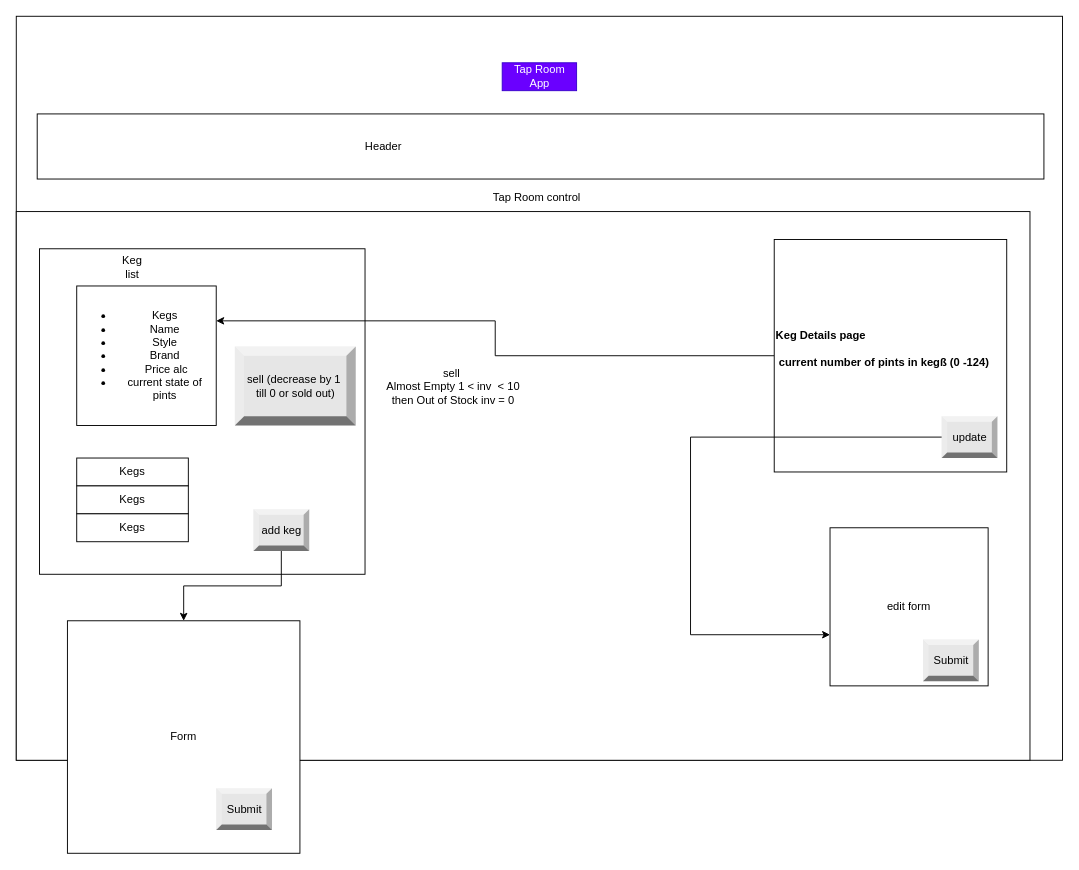
Earlier version of the draw.io diagram TapRoom Diagram.drawio (murphynd/Taproom-with-Redux). Source tidied: cells renumbered, new cells numbered last; positions are measured from the earlier drawing's top-left corner, leaving out a move shared by most shapes. Both pictures are drawn from the tidied source at 93%, with x=0, y=0 at pixel (16, 16).
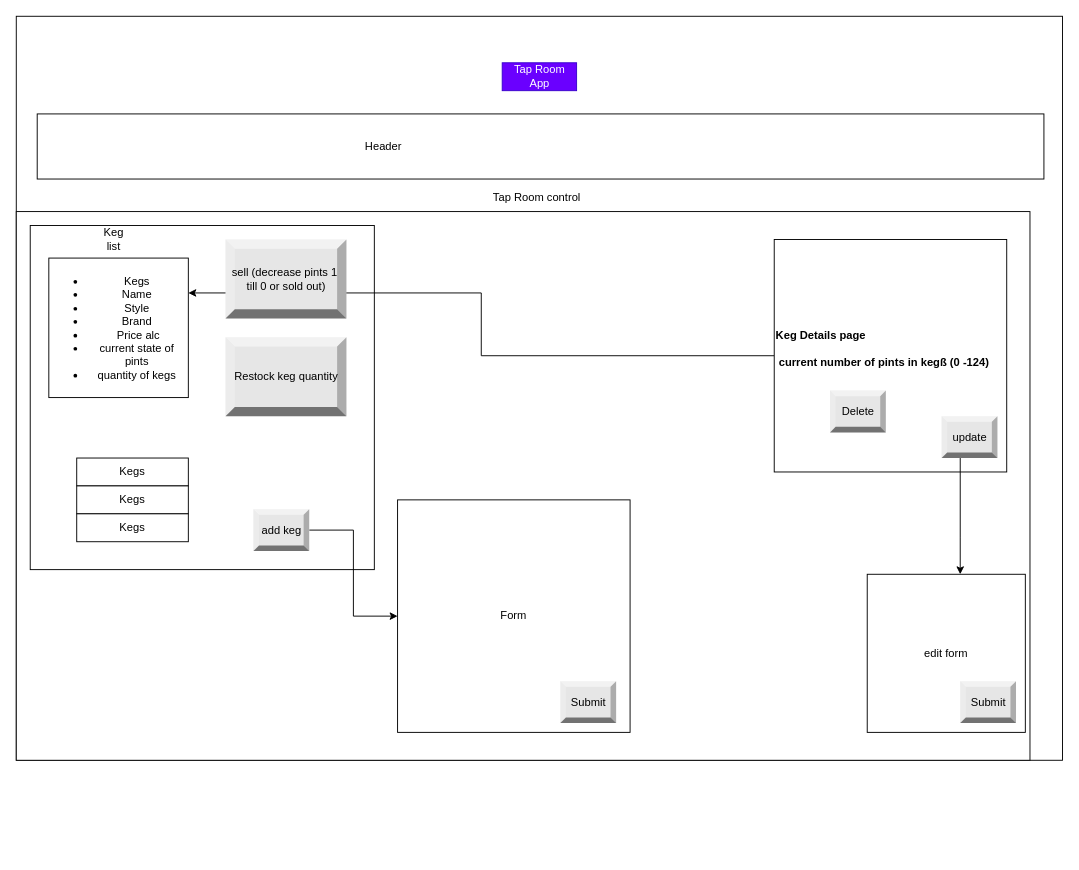
After the change.

The change refers to these unchanged cells:
```xml
<mxCell id="13" value="&lt;font color=&quot;#000000&quot;&gt;update&lt;/font&gt;" style="labelPosition=center;verticalLabelPosition=middle;align=center;html=1;shape=mxgraph.basic.shaded_button;dx=6;fillColor=#E6E6E6;strokeColor=none;" parent="1" vertex="1">
  <mxGeometry x="995" y="430" width="60" height="45" as="geometry" />
</mxCell>
```

What changed in the source:
```diff
@@
     <mxCell id="4" value="Form&lt;br&gt;" style="whiteSpace=wrap;html=1;" parent="1" vertex="1">
-      <mxGeometry x="55" y="650" width="250" height="250" as="geometry" />
+      <mxGeometry x="410" y="520" width="250" height="250" as="geometry" />
     </mxCell>
     <mxCell id="5" style="whiteSpace=wrap;html=1;" parent="1" vertex="1">
-      <mxGeometry x="25" y="250" width="350" height="350" as="geometry" />
+      <mxGeometry x="15" y="225" width="370" height="370" as="geometry" />
     </mxCell>
     <mxCell id="6" value="Keg list" style="text;html=1;strokeColor=none;fillColor=none;align=center;verticalAlign=middle;whiteSpace=wrap;rounded=0;" parent="1" vertex="1">
-      <mxGeometry x="105" y="260" width="40" height="20" as="geometry" />
+      <mxGeometry x="85" y="230" width="40" height="20" as="geometry" />
     </mxCell>
@@
     <mxCell id="14" value="edit form" style="whiteSpace=wrap;html=1;" parent="1" vertex="1">
-      <mxGeometry x="875" y="550" width="170" height="170" as="geometry" />
+      <mxGeometry x="915" y="600" width="170" height="170" as="geometry" />
     </mxCell>
@@
     <mxCell id="18" value="&lt;font color=&quot;#000000&quot;&gt;Submit&lt;/font&gt;" style="labelPosition=center;verticalLabelPosition=middle;align=center;html=1;shape=mxgraph.basic.shaded_button;dx=6;fillColor=#E6E6E6;strokeColor=none;" parent="1" vertex="1">
-      <mxGeometry x="215" y="830" width="60" height="45" as="geometry" />
+      <mxGeometry x="585" y="715" width="60" height="45" as="geometry" />
     </mxCell>
@@
     <mxCell id="21" value="&lt;font color=&quot;#000000&quot;&gt;Submit&lt;/font&gt;" style="labelPosition=center;verticalLabelPosition=middle;align=center;html=1;shape=mxgraph.basic.shaded_button;dx=6;fillColor=#E6E6E6;strokeColor=none;" parent="1" vertex="1">
-      <mxGeometry x="975" y="670" width="60" height="45" as="geometry" />
+      <mxGeometry x="1015" y="715" width="60" height="45" as="geometry" />
     </mxCell>
     <mxCell id="22" style="edgeStyle=orthogonalEdgeStyle;rounded=0;jettySize=auto;html=1;" parent="1" edge="1" source="13" target="14">
       <mxGeometry relative="1" as="geometry">
         <Array as="points">
-          <mxPoint x="725" y="453" />
-          <mxPoint x="725" y="665" />
+          <mxPoint x="1015" y="560" />
+          <mxPoint x="1015" y="560" />
         </Array>
       </mxGeometry>
     </mxCell>
-    <mxCell id="23" value="&lt;ul&gt;&lt;li&gt;Kegs&lt;/li&gt;&lt;li&gt;&amp;nbsp;Name&amp;nbsp;&lt;/li&gt;&lt;li&gt;Style&lt;/li&gt;&lt;li&gt;Brand&lt;/li&gt;&lt;li&gt;&amp;nbsp;Price alc&lt;/li&gt;&lt;li&gt;current state of pints&lt;/li&gt;&lt;/ul&gt;" style="whiteSpace=wrap;html=1;" parent="1" vertex="1">
-      <mxGeometry x="65" y="290" width="150" height="150" as="geometry" />
+    <mxCell id="23" value="&lt;ul&gt;&lt;li&gt;Kegs&lt;/li&gt;&lt;li&gt;&amp;nbsp;Name&amp;nbsp;&lt;/li&gt;&lt;li&gt;Style&lt;/li&gt;&lt;li&gt;Brand&lt;/li&gt;&lt;li&gt;&amp;nbsp;Price alc&lt;/li&gt;&lt;li&gt;current state of pints&lt;/li&gt;&lt;li&gt;quantity of kegs&lt;/li&gt;&lt;/ul&gt;" style="whiteSpace=wrap;html=1;" parent="1" vertex="1">
+      <mxGeometry x="35" y="260" width="150" height="150" as="geometry" />
     </mxCell>
-    <mxCell id="24" value="&lt;font color=&quot;#000000&quot;&gt;sell (decrease by 1&amp;nbsp;&lt;br&gt;till 0 or sold out)&lt;br&gt;&lt;/font&gt;" style="labelPosition=center;verticalLabelPosition=middle;align=center;html=1;shape=mxgraph.basic.shaded_button;dx=10;fillColor=#E6E6E6;strokeColor=none;" parent="1" vertex="1">
-      <mxGeometry x="235" y="355" width="130" height="85" as="geometry" />
+    <mxCell id="24" value="&lt;font color=&quot;#000000&quot;&gt;sell (decrease pints 1&amp;nbsp;&lt;br&gt;till 0 or sold out)&lt;br&gt;&lt;/font&gt;" style="labelPosition=center;verticalLabelPosition=middle;align=center;html=1;shape=mxgraph.basic.shaded_button;dx=10;fillColor=#E6E6E6;strokeColor=none;" parent="1" vertex="1">
+      <mxGeometry x="225" y="240" width="130" height="85" as="geometry" />
     </mxCell>
-    <mxCell id="25" value="sell&amp;nbsp;&lt;br&gt;Almost Empty 1 &amp;lt; inv&amp;nbsp; &amp;lt; 10&lt;br&gt;then Out of Stock inv = 0" style="text;html=1;strokeColor=none;fillColor=none;align=center;verticalAlign=middle;whiteSpace=wrap;rounded=0;" parent="1" vertex="1">
-      <mxGeometry x="385" y="332.5" width="170" height="130" as="geometry" />
-    </mxCell>
+    <mxCell id="26" value="&lt;font color=&quot;#000000&quot;&gt;Restock keg quantity&lt;br&gt;&lt;/font&gt;" style="labelPosition=center;verticalLabelPosition=middle;align=center;html=1;shape=mxgraph.basic.shaded_button;dx=10;fillColor=#E6E6E6;strokeColor=none;" parent="1" vertex="1">
+      <mxGeometry x="225" y="345" width="130" height="85" as="geometry" />
+    </mxCell>
+    <mxCell id="27" value="&lt;font color=&quot;#000000&quot;&gt;Delete&lt;/font&gt;" style="labelPosition=center;verticalLabelPosition=middle;align=center;html=1;shape=mxgraph.basic.shaded_button;dx=6;fillColor=#E6E6E6;strokeColor=none;" parent="1" vertex="1">
+      <mxGeometry x="875" y="402.5" width="60" height="45" as="geometry" />
+    </mxCell>
```
